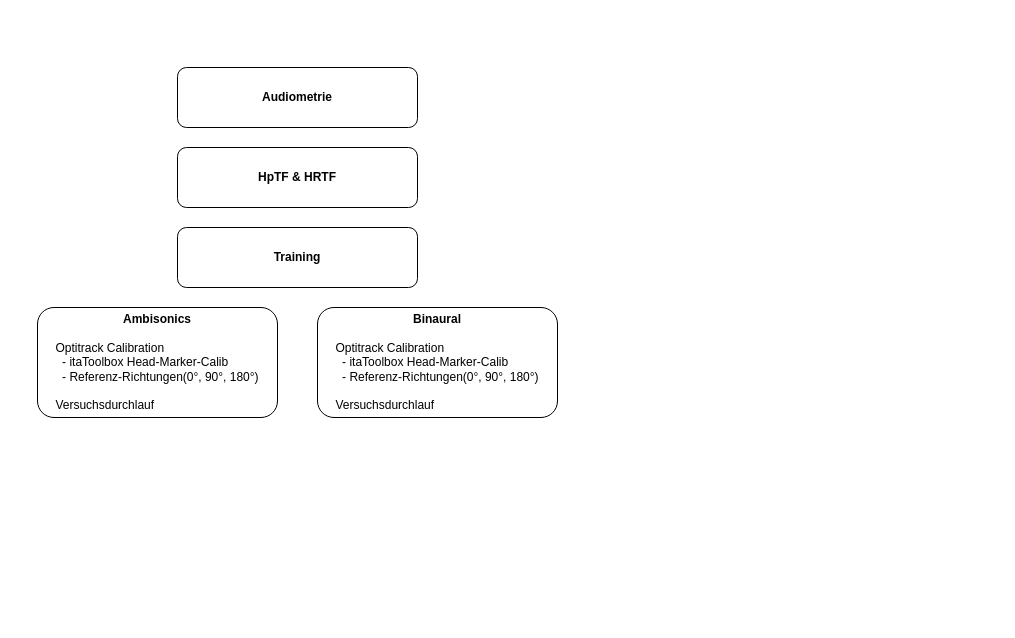
Earlier version of the draw.io diagram Flow-Diagramm Versuchsdurchführung.drawio (dirkbr/draw.io). Source tidied: cells renumbered, new cells numbered last; positions are measured from the earlier drawing's top-left corner, leaving out a move shared by most shapes. Both pictures are drawn from the tidied source at 100%, with x=0, y=0 at pixel (37, 67).
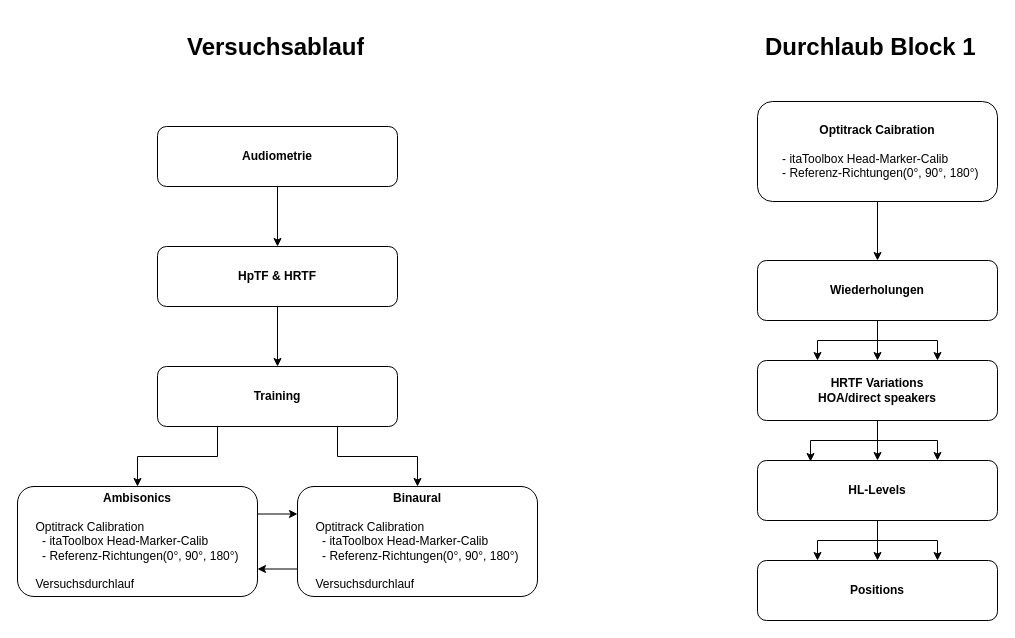
The same page after the edit.

What changed in the source:
```diff
@@
+    <mxCell id="7" style="edgeStyle=orthogonalEdgeStyle;rounded=0;jettySize=auto;html=1;exitX=0.5;exitY=1;exitDx=0;exitDy=0;entryX=0.5;entryY=0;entryDx=0;entryDy=0;" parent="1" edge="1" source="2" target="3">
+      <mxGeometry relative="1" as="geometry" />
+    </mxCell>
     <mxCell id="2" value="Audiometrie" style="rounded=1;whiteSpace=wrap;html=1;fontStyle=1;" parent="1" vertex="1">
-      <mxGeometry x="140" width="240" height="60" as="geometry" />
+      <mxGeometry x="120" y="59" width="240" height="60" as="geometry" />
     </mxCell>
+    <mxCell id="8" style="edgeStyle=orthogonalEdgeStyle;rounded=0;jettySize=auto;html=1;exitX=0.5;exitY=1;exitDx=0;exitDy=0;entryX=0.5;entryY=0;entryDx=0;entryDy=0;" parent="1" edge="1" source="3" target="4">
+      <mxGeometry relative="1" as="geometry" />
+    </mxCell>
     <mxCell id="3" value="&lt;b&gt;HpTF &amp;amp; HRTF&lt;/b&gt;" style="rounded=1;whiteSpace=wrap;html=1;" parent="1" vertex="1">
-      <mxGeometry x="140" y="80" width="240" height="60" as="geometry" />
+      <mxGeometry x="120" y="179" width="240" height="60" as="geometry" />
     </mxCell>
+    <mxCell id="9" style="edgeStyle=orthogonalEdgeStyle;rounded=0;jettySize=auto;html=1;exitX=0.75;exitY=1;exitDx=0;exitDy=0;entryX=0.5;entryY=0;entryDx=0;entryDy=0;" parent="1" edge="1" source="4" target="6">
+      <mxGeometry relative="1" as="geometry" />
+    </mxCell>
+    <mxCell id="10" style="edgeStyle=orthogonalEdgeStyle;rounded=0;jettySize=auto;html=1;exitX=0.25;exitY=1;exitDx=0;exitDy=0;" parent="1" edge="1" source="4" target="5">
+      <mxGeometry relative="1" as="geometry" />
+    </mxCell>
     <mxCell id="4" value="&lt;b&gt;Training&lt;/b&gt;" style="rounded=1;whiteSpace=wrap;html=1;" parent="1" vertex="1">
-      <mxGeometry x="140" y="160" width="240" height="60" as="geometry" />
+      <mxGeometry x="120" y="299" width="240" height="60" as="geometry" />
     </mxCell>
+    <mxCell id="11" style="edgeStyle=orthogonalEdgeStyle;rounded=0;jettySize=auto;html=1;exitX=1;exitY=0.25;exitDx=0;exitDy=0;entryX=0;entryY=0.25;entryDx=0;entryDy=0;" parent="1" edge="1" source="5" target="6">
+      <mxGeometry relative="1" as="geometry" />
+    </mxCell>
     <mxCell id="5" value="&lt;div&gt;&lt;b&gt;Ambisonics&lt;/b&gt;&lt;/div&gt;&lt;div&gt;&lt;br&gt;&lt;/div&gt;&lt;div align=&quot;left&quot;&gt;Optitrack Calibration&lt;/div&gt;&lt;div align=&quot;left&quot;&gt;&amp;nbsp; - itaToolbox Head-Marker-Calib&lt;br&gt;&amp;nbsp; - Referenz-Richtungen(0°, 90°, 180°)&lt;/div&gt;&lt;div align=&quot;left&quot;&gt;&lt;br&gt;&lt;/div&gt;&lt;div align=&quot;left&quot;&gt;Versuchsdurchlauf&lt;br&gt;&lt;/div&gt;" style="rounded=1;whiteSpace=wrap;html=1;" parent="1" vertex="1">
-      <mxGeometry y="240" width="240" height="110" as="geometry" />
+      <mxGeometry x="-20" y="419" width="240" height="110" as="geometry" />
     </mxCell>
+    <mxCell id="12" style="edgeStyle=orthogonalEdgeStyle;rounded=0;jettySize=auto;html=1;exitX=0;exitY=0.75;exitDx=0;exitDy=0;entryX=1;entryY=0.75;entryDx=0;entryDy=0;" parent="1" edge="1" source="6" target="5">
+      <mxGeometry relative="1" as="geometry" />
+    </mxCell>
     <mxCell id="6" value="&lt;div&gt;&lt;b&gt;Binaural&lt;/b&gt;&lt;/div&gt;&lt;div&gt;&lt;br&gt;&lt;/div&gt;&lt;div align=&quot;left&quot;&gt;Optitrack Calibration&lt;/div&gt;&lt;div align=&quot;left&quot;&gt;&amp;nbsp; - itaToolbox Head-Marker-Calib&lt;br&gt;&amp;nbsp; - Referenz-Richtungen(0°, 90°, 180°)&lt;/div&gt;&lt;div align=&quot;left&quot;&gt;&lt;br&gt;&lt;/div&gt;&lt;div align=&quot;left&quot;&gt;Versuchsdurchlauf&lt;br&gt;&lt;/div&gt;" style="rounded=1;whiteSpace=wrap;html=1;" parent="1" vertex="1">
-      <mxGeometry x="280" y="240" width="240" height="110" as="geometry" />
+      <mxGeometry x="260" y="419" width="240" height="110" as="geometry" />
     </mxCell>
+    <mxCell id="13" style="edgeStyle=orthogonalEdgeStyle;rounded=0;jettySize=auto;html=1;exitX=0.5;exitY=1;exitDx=0;exitDy=0;" parent="1" edge="1" source="14" target="18">
+      <mxGeometry relative="1" as="geometry" />
+    </mxCell>
+    <mxCell id="14" value="&lt;div&gt;Optitrack Caibration&lt;/div&gt;&lt;div align=&quot;right&quot;&gt;&lt;br&gt;&lt;/div&gt;&lt;div align=&quot;left&quot;&gt;&lt;div&gt;&lt;div&gt;&lt;span style=&quot;font-weight: normal;&quot;&gt;&amp;nbsp; - itaToolbox Head-Marker-Calib&lt;/span&gt;&lt;br&gt;&lt;/div&gt;&lt;div&gt;&lt;span style=&quot;font-weight: normal;&quot;&gt;&amp;nbsp; - Referenz-Richtungen(0°, 90°, 180°)&lt;/span&gt;&lt;br&gt;&lt;/div&gt;&lt;/div&gt;&lt;/div&gt;" style="rounded=1;whiteSpace=wrap;html=1;fontStyle=1;" parent="1" vertex="1">
+      <mxGeometry x="720" y="34" width="240" height="100" as="geometry" />
+    </mxCell>
+    <mxCell id="15" style="edgeStyle=orthogonalEdgeStyle;rounded=0;jettySize=auto;html=1;exitX=0.5;exitY=1;exitDx=0;exitDy=0;entryX=0.25;entryY=0;entryDx=0;entryDy=0;" parent="1" edge="1" source="18" target="21">
+      <mxGeometry relative="1" as="geometry" />
+    </mxCell>
+    <mxCell id="16" style="edgeStyle=orthogonalEdgeStyle;rounded=0;jettySize=auto;html=1;exitX=0.5;exitY=1;exitDx=0;exitDy=0;entryX=0.5;entryY=0;entryDx=0;entryDy=0;" parent="1" edge="1" source="18" target="21">
+      <mxGeometry relative="1" as="geometry" />
+    </mxCell>
+    <mxCell id="17" style="edgeStyle=orthogonalEdgeStyle;rounded=0;jettySize=auto;html=1;exitX=0.5;exitY=1;exitDx=0;exitDy=0;entryX=0.75;entryY=0;entryDx=0;entryDy=0;" parent="1" edge="1" source="18" target="21">
+      <mxGeometry relative="1" as="geometry" />
+    </mxCell>
+    <mxCell id="18" value="&lt;div&gt;Wiederholungen&lt;/div&gt;" style="rounded=1;whiteSpace=wrap;html=1;fontStyle=1;" parent="1" vertex="1">
+      <mxGeometry x="720" y="193" width="240" height="60" as="geometry" />
+    </mxCell>
+    <mxCell id="19" style="edgeStyle=orthogonalEdgeStyle;rounded=0;jettySize=auto;html=1;exitX=0.5;exitY=1;exitDx=0;exitDy=0;entryX=0.5;entryY=0;entryDx=0;entryDy=0;" parent="1" edge="1" source="21" target="25">
+      <mxGeometry relative="1" as="geometry" />
+    </mxCell>
+    <mxCell id="20" style="edgeStyle=orthogonalEdgeStyle;rounded=0;jettySize=auto;html=1;exitX=0.5;exitY=1;exitDx=0;exitDy=0;entryX=0.75;entryY=0;entryDx=0;entryDy=0;" parent="1" edge="1" source="21" target="25">
+      <mxGeometry relative="1" as="geometry" />
+    </mxCell>
+    <mxCell id="21" value="&lt;div&gt;HRTF Variations&lt;/div&gt;&lt;div&gt;HOA/direct speakers&lt;/div&gt;" style="rounded=1;whiteSpace=wrap;html=1;fontStyle=1;" parent="1" vertex="1">
+      <mxGeometry x="720" y="293" width="240" height="60" as="geometry" />
+    </mxCell>
+    <mxCell id="22" style="edgeStyle=orthogonalEdgeStyle;rounded=0;jettySize=auto;html=1;exitX=0.5;exitY=1;exitDx=0;exitDy=0;entryX=0.25;entryY=0;entryDx=0;entryDy=0;" parent="1" edge="1" source="25" target="26">
+      <mxGeometry relative="1" as="geometry" />
+    </mxCell>
+    <mxCell id="23" style="edgeStyle=orthogonalEdgeStyle;rounded=0;jettySize=auto;html=1;exitX=0.5;exitY=1;exitDx=0;exitDy=0;entryX=0.75;entryY=0;entryDx=0;entryDy=0;" parent="1" edge="1" source="25" target="26">
+      <mxGeometry relative="1" as="geometry" />
+    </mxCell>
+    <mxCell id="24" style="edgeStyle=orthogonalEdgeStyle;rounded=0;jettySize=auto;html=1;exitX=0.5;exitY=1;exitDx=0;exitDy=0;" parent="1" edge="1" source="25" target="26">
+      <mxGeometry relative="1" as="geometry" />
+    </mxCell>
+    <mxCell id="25" value="HL-Levels" style="rounded=1;whiteSpace=wrap;html=1;fontStyle=1;" parent="1" vertex="1">
+      <mxGeometry x="720" y="393" width="240" height="60" as="geometry" />
+    </mxCell>
+    <mxCell id="26" value="Positions" style="rounded=1;whiteSpace=wrap;html=1;fontStyle=1;" parent="1" vertex="1">
+      <mxGeometry x="720" y="493" width="240" height="60" as="geometry" />
+    </mxCell>
+    <mxCell id="27" style="edgeStyle=orthogonalEdgeStyle;rounded=0;jettySize=auto;html=1;exitX=0.5;exitY=1;exitDx=0;exitDy=0;entryX=0.221;entryY=0.017;entryDx=0;entryDy=0;entryPerimeter=0;" parent="1" edge="1" source="21" target="25">
+      <mxGeometry relative="1" as="geometry" />
+    </mxCell>
+    <mxCell id="28" value="&lt;h1&gt;Versuchsablauf&lt;/h1&gt;" style="text;html=1;spacing=5;spacingTop=-20;whiteSpace=wrap;overflow=hidden;rounded=0;" parent="1" vertex="1">
+      <mxGeometry x="145" y="-40" width="190" height="50" as="geometry" />
+    </mxCell>
+    <mxCell id="29" value="&lt;h1&gt;Durchlaub Block 1&lt;/h1&gt;" style="text;html=1;spacing=5;spacingTop=-20;whiteSpace=wrap;overflow=hidden;rounded=0;" parent="1" vertex="1">
+      <mxGeometry x="722.5" y="-40" width="235" height="50" as="geometry" />
+    </mxCell>
```
